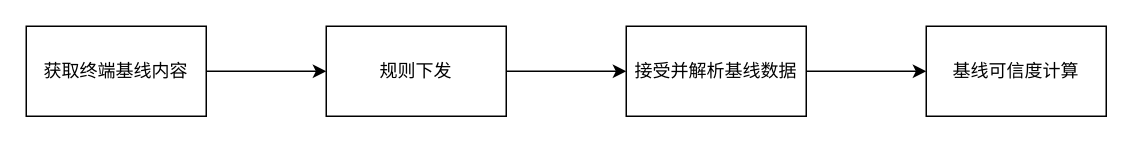
Moose1273/- keeps this draw.io diagram as testDirectory/基线可信度量流程图.drawio. Above is the earlier version. Source tidied: cells renumbered, new cells numbered last; positions are measured from the earlier drawing's top-left corner, leaving out a move shared by most shapes. Both pictures are drawn from the tidied source at 150%, with x=0, y=0 at pixel (26, 26).
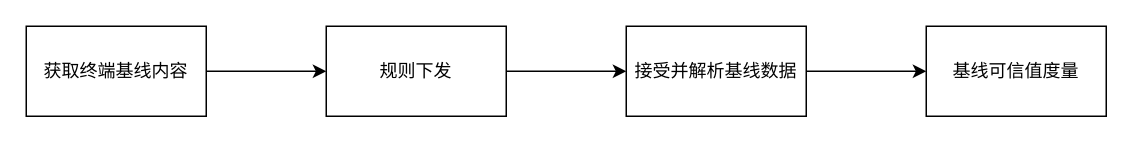
The same diagram, later.

Commit message (it also covers changes not shown here):
更新基线可信度量流程图.drawio

What changed in the source:
```diff
@@
 <mxGraphModel>
   <root>
     <mxCell id="0" />
     <mxCell id="1" parent="0" />
     <mxCell id="2" style="edgeStyle=orthogonalEdgeStyle;rounded=0;jettySize=auto;html=1;" parent="1" edge="1" source="3" target="5">
       <mxGeometry relative="1" as="geometry" />
     </mxCell>
     <mxCell id="3" value="获取终端基线内容" style="rounded=0;whiteSpace=wrap;html=1;" parent="1" vertex="1">
       <mxGeometry width="120" height="60" as="geometry" />
     </mxCell>
     <mxCell id="4" style="edgeStyle=orthogonalEdgeStyle;rounded=0;jettySize=auto;html=1;" parent="1" edge="1" source="5" target="7">
       <mxGeometry relative="1" as="geometry" />
     </mxCell>
     <mxCell id="5" value="规则下发" style="rounded=0;whiteSpace=wrap;html=1;" parent="1" vertex="1">
       <mxGeometry x="200" width="120" height="60" as="geometry" />
     </mxCell>
     <mxCell id="6" style="edgeStyle=orthogonalEdgeStyle;rounded=0;jettySize=auto;html=1;" parent="1" edge="1" source="7" target="8">
       <mxGeometry relative="1" as="geometry" />
     </mxCell>
     <mxCell id="7" value="接受并解析基线数据" style="rounded=0;whiteSpace=wrap;html=1;" parent="1" vertex="1">
       <mxGeometry x="400" width="120" height="60" as="geometry" />
     </mxCell>
-    <mxCell id="8" value="基线可信度计算" style="rounded=0;whiteSpace=wrap;html=1;" parent="1" vertex="1">
+    <mxCell id="8" value="基线可信值度量" style="rounded=0;whiteSpace=wrap;html=1;" parent="1" vertex="1">
       <mxGeometry x="600" width="120" height="60" as="geometry" />
     </mxCell>
   </root>
 </mxGraphModel>
```
